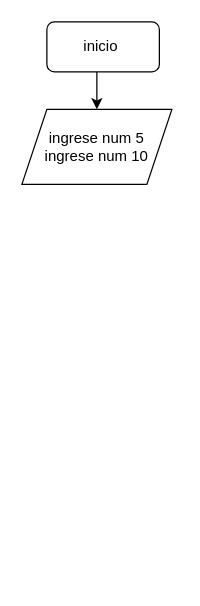
The draw.io diagram Untitled Diagram.drawio in edgarcaballeroh/clase2, before the edit. Source tidied: cells renumbered, new cells numbered last; positions are measured from the earlier drawing's top-left corner, leaving out a move shared by most shapes. Both pictures are drawn from the tidied source at 125%, with x=0, y=0 at pixel (21, 21).
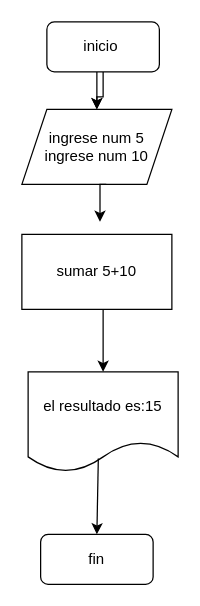
The same page after the edit.

Change to the diagram source:
```diff
@@
 <mxGraphModel>
   <root>
     <mxCell id="0" />
     <mxCell id="1" parent="0" />
+    <mxCell id="5" style="edgeStyle=orthogonalEdgeStyle;rounded=0;jettySize=auto;html=1;" parent="1" edge="1" source="2" target="4">
+      <mxGeometry relative="1" as="geometry" />
+    </mxCell>
     <mxCell id="2" value="inicio&amp;nbsp;" style="rounded=1;whiteSpace=wrap;html=1;" parent="1" vertex="1">
       <mxGeometry x="20" width="90" height="40" as="geometry" />
     </mxCell>
     <mxCell id="3" style="endArrow=classic;html=1;" parent="1" edge="1">
       <mxGeometry relative="1" as="geometry">
         <mxPoint x="60" y="40" as="sourcePoint" />
         <mxPoint x="60" y="70" as="targetPoint" />
       </mxGeometry>
     </mxCell>
     <mxCell id="4" value="ingrese num 5&lt;br&gt;ingrese num 10" style="shape=parallelogram;perimeter=parallelogramPerimeter;whiteSpace=wrap;html=1;fixedSize=1;" parent="1" vertex="1">
       <mxGeometry y="70" width="120" height="60" as="geometry" />
     </mxCell>
+    <mxCell id="6" value="sumar 5+10" style="rounded=0;whiteSpace=wrap;html=1;" parent="1" vertex="1">
+      <mxGeometry y="170" width="120" height="60" as="geometry" />
+    </mxCell>
+    <mxCell id="7" value="el resultado es:15" style="shape=document;whiteSpace=wrap;html=1;boundedLbl=1;" parent="1" vertex="1">
+      <mxGeometry x="5" y="280" width="120" height="80" as="geometry" />
+    </mxCell>
+    <mxCell id="8" value="fin" style="rounded=1;whiteSpace=wrap;html=1;" parent="1" vertex="1">
+      <mxGeometry x="15" y="410" width="90" height="40" as="geometry" />
+    </mxCell>
+    <mxCell id="9" style="edgeStyle=orthogonalEdgeStyle;rounded=0;orthogonalLoop=1;jettySize=auto;html=1;" parent="1" edge="1">
+      <mxGeometry relative="1" as="geometry">
+        <mxPoint x="67.5" y="130" as="sourcePoint" />
+        <mxPoint x="62.5" y="160" as="targetPoint" />
+      </mxGeometry>
+    </mxCell>
+    <mxCell id="10" style="endArrow=classic;html=1;entryX=0.5;entryY=0;entryDx=0;entryDy=0;" parent="1" edge="1" target="7">
+      <mxGeometry relative="1" as="geometry">
+        <mxPoint x="65" y="230" as="sourcePoint" />
+      </mxGeometry>
+    </mxCell>
+    <mxCell id="11" style="endArrow=classic;html=1;entryX=0.5;entryY=0;entryDx=0;entryDy=0;exitX=0.468;exitY=0.867;exitDx=0;exitDy=0;exitPerimeter=0;" parent="1" edge="1" source="7">
+      <mxGeometry relative="1" as="geometry">
+        <mxPoint x="60" y="410" as="targetPoint" />
+      </mxGeometry>
+    </mxCell>
   </root>
 </mxGraphModel>
```
